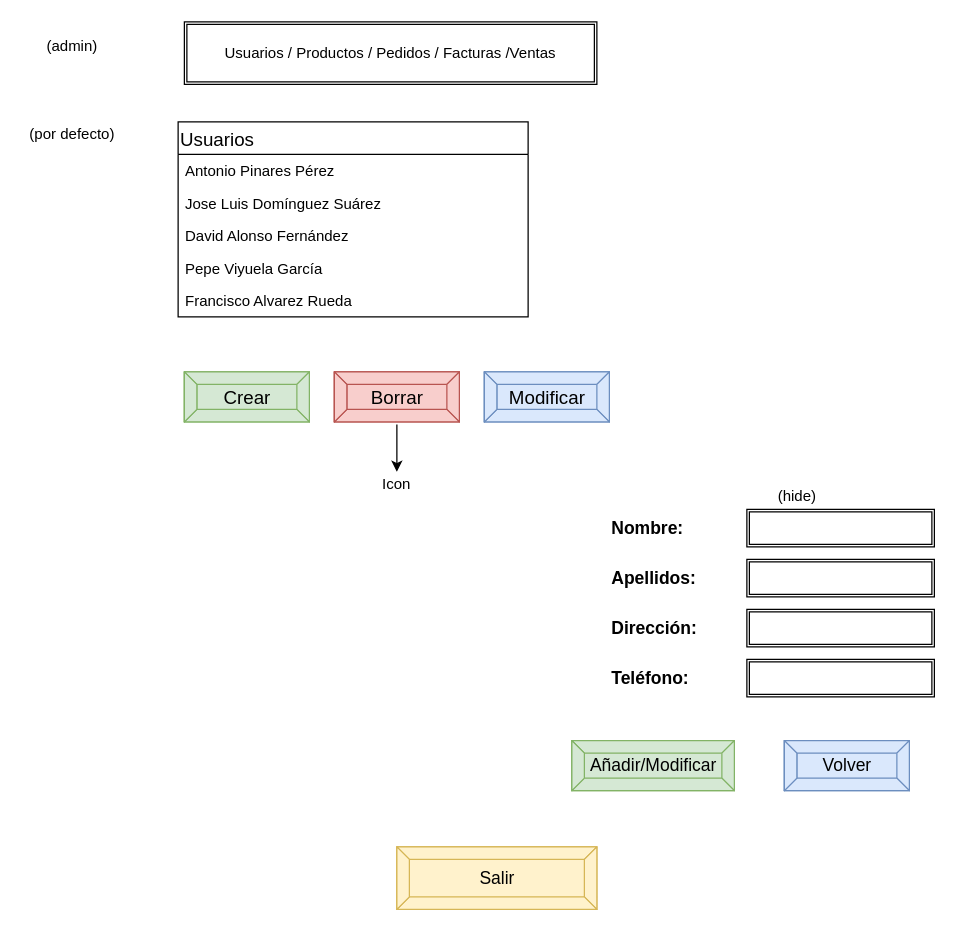
This is page "PrincipalAdmin" (2 of 9) of ListaCompra.drawio from katacliny/practica, a draw.io file, before an edit. Source tidied: cells renumbered, new cells numbered last; positions are measured from the earlier drawing's top-left corner, leaving out a move shared by most shapes. Both pictures are drawn from the tidied source at 125%, with x=0, y=0 at pixel (21, 21).
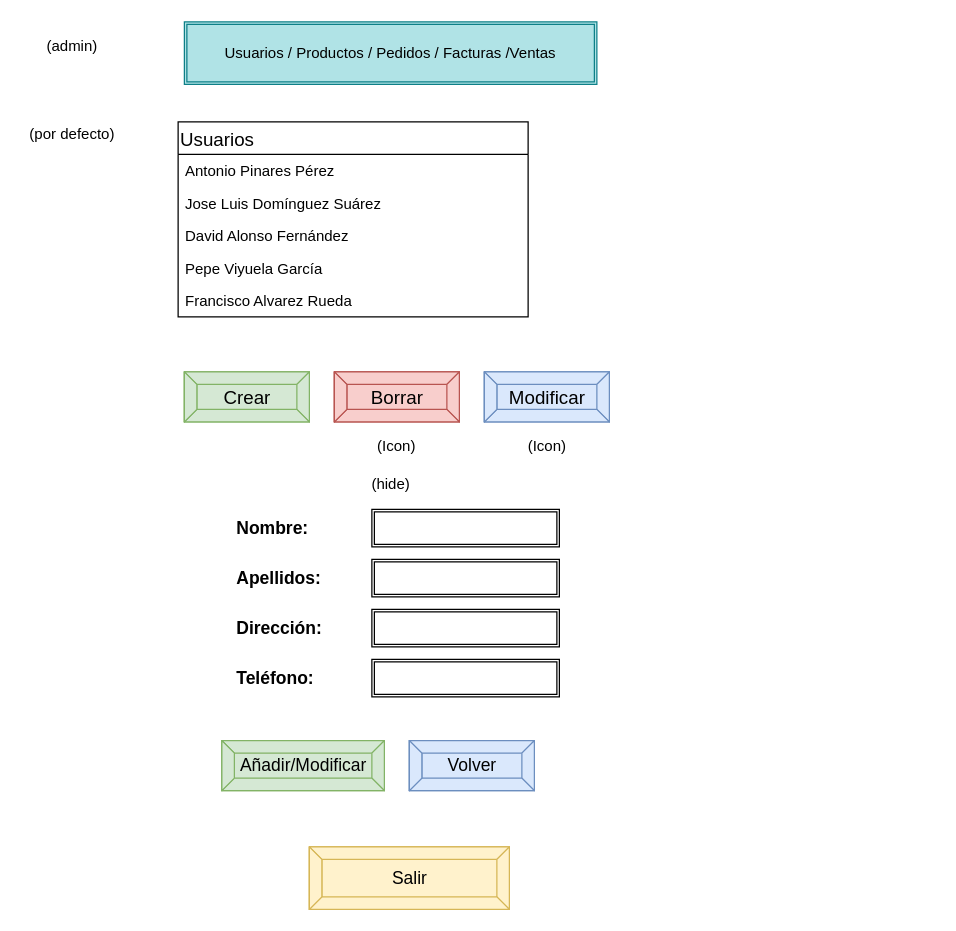
The same page after the edit.

Diff of the diagram source:
```diff
@@
-    <mxCell id="11" style="endArrow=classic;html=1;fontSize=14;" parent="1" edge="1">
-      <mxGeometry relative="1" as="geometry">
-        <mxPoint x="300" y="322" as="sourcePoint" />
-        <mxPoint x="300" y="360" as="targetPoint" />
-      </mxGeometry>
-    </mxCell>
-    <mxCell id="12" value="Icon" style="text;html=1;strokeColor=none;fillColor=none;align=center;verticalAlign=middle;whiteSpace=wrap;rounded=0;" parent="1" vertex="1">
-      <mxGeometry x="280" y="360" width="40" height="20" as="geometry" />
+    <mxCell id="12" value="(Icon)" style="text;html=1;strokeColor=none;fillColor=none;align=center;verticalAlign=middle;whiteSpace=wrap;rounded=0;" parent="1" vertex="1">
+      <mxGeometry x="280" y="330" width="40" height="20" as="geometry" />
     </mxCell>
     <mxCell id="13" value="Nombre:" style="text;html=1;strokeColor=none;fillColor=none;align=left;verticalAlign=middle;whiteSpace=wrap;rounded=0;fontSize=14;fontStyle=1;" parent="1" vertex="1">
-      <mxGeometry x="470" y="395" width="100" height="20" as="geometry" />
+      <mxGeometry x="170" y="395" width="100" height="20" as="geometry" />
     </mxCell>
     <mxCell id="14" value="&lt;b&gt;Dirección:&lt;/b&gt;" style="text;html=1;strokeColor=none;fillColor=none;align=left;verticalAlign=middle;whiteSpace=wrap;rounded=0;fontSize=14;" parent="1" vertex="1">
-      <mxGeometry x="470" y="475" width="100" height="20" as="geometry" />
+      <mxGeometry x="170" y="475" width="100" height="20" as="geometry" />
     </mxCell>
     <mxCell id="15" value="Teléfono:" style="text;html=1;strokeColor=none;fillColor=none;align=left;verticalAlign=middle;whiteSpace=wrap;rounded=0;fontSize=14;fontStyle=1;" parent="1" vertex="1">
-      <mxGeometry x="470" y="515" width="100" height="20" as="geometry" />
+      <mxGeometry x="170" y="515" width="100" height="20" as="geometry" />
     </mxCell>
     <mxCell id="16" style="shape=ext;double=1;rounded=0;whiteSpace=wrap;html=1;fontSize=14;align=left;" parent="1" vertex="1">
-      <mxGeometry x="580" y="390" width="150" height="30" as="geometry" />
+      <mxGeometry x="280" y="390" width="150" height="30" as="geometry" />
     </mxCell>
     <mxCell id="17" style="shape=ext;double=1;rounded=0;whiteSpace=wrap;html=1;fontSize=14;align=left;" parent="1" vertex="1">
-      <mxGeometry x="580" y="470" width="150" height="30" as="geometry" />
+      <mxGeometry x="280" y="470" width="150" height="30" as="geometry" />
     </mxCell>
     <mxCell id="18" style="shape=ext;double=1;rounded=0;whiteSpace=wrap;html=1;fontSize=14;align=left;" parent="1" vertex="1">
-      <mxGeometry x="580" y="510" width="150" height="30" as="geometry" />
+      <mxGeometry x="280" y="510" width="150" height="30" as="geometry" />
     </mxCell>
     <mxCell id="19" value="Añadir/Modificar" style="labelPosition=center;verticalLabelPosition=middle;align=center;html=1;shape=mxgraph.basic.button;dx=10;fontSize=14;fillColor=#d5e8d4;strokeColor=#82b366;" parent="1" vertex="1">
-      <mxGeometry x="440" y="575" width="130" height="40" as="geometry" />
+      <mxGeometry x="160" y="575" width="130" height="40" as="geometry" />
     </mxCell>
     <mxCell id="20" value="Volver" style="labelPosition=center;verticalLabelPosition=middle;align=center;html=1;shape=mxgraph.basic.button;dx=10;fontSize=14;fillColor=#dae8fc;strokeColor=#6c8ebf;" parent="1" vertex="1">
-      <mxGeometry x="610" y="575" width="100" height="40" as="geometry" />
+      <mxGeometry x="310" y="575" width="100" height="40" as="geometry" />
     </mxCell>
     <mxCell id="21" value="Apellidos:" style="text;html=1;strokeColor=none;fillColor=none;align=left;verticalAlign=middle;whiteSpace=wrap;rounded=0;fontSize=14;fontStyle=1;" parent="1" vertex="1">
-      <mxGeometry x="470" y="435" width="100" height="20" as="geometry" />
+      <mxGeometry x="170" y="435" width="100" height="20" as="geometry" />
     </mxCell>
     <mxCell id="22" style="shape=ext;double=1;rounded=0;whiteSpace=wrap;html=1;fontSize=14;align=left;" parent="1" vertex="1">
-      <mxGeometry x="580" y="430" width="150" height="30" as="geometry" />
+      <mxGeometry x="280" y="430" width="150" height="30" as="geometry" />
     </mxCell>
     <mxCell id="23" value="Salir" style="labelPosition=center;verticalLabelPosition=middle;align=center;html=1;shape=mxgraph.basic.button;dx=10;fontSize=14;fillColor=#fff2cc;strokeColor=#d6b656;" parent="1" vertex="1">
-      <mxGeometry x="300" y="660" width="160" height="50" as="geometry" />
+      <mxGeometry x="230" y="660" width="160" height="50" as="geometry" />
     </mxCell>
@@
-    <mxCell id="25" value="Usuarios / Productos / Pedidos / Facturas /Ventas" style="shape=ext;double=1;rounded=0;whiteSpace=wrap;html=1;" parent="1" vertex="1">
+    <mxCell id="25" value="Usuarios / Productos / Pedidos / Facturas /Ventas" style="shape=ext;double=1;rounded=0;whiteSpace=wrap;html=1;fillColor=#b0e3e6;strokeColor=#0e8088;" parent="1" vertex="1">
       <mxGeometry x="130" width="330" height="50" as="geometry" />
     </mxCell>
     <mxCell id="26" value="(hide)" style="text;html=1;align=center;verticalAlign=middle;" parent="1" vertex="1">
-      <mxGeometry x="595" y="370" width="50" height="20" as="geometry" />
+      <mxGeometry x="270" y="360" width="50" height="20" as="geometry" />
     </mxCell>
@@
+    <mxCell id="28" value="(Icon)" style="text;html=1;align=center;verticalAlign=middle;" parent="1" vertex="1">
+      <mxGeometry x="395" y="330" width="50" height="20" as="geometry" />
+    </mxCell>
```
